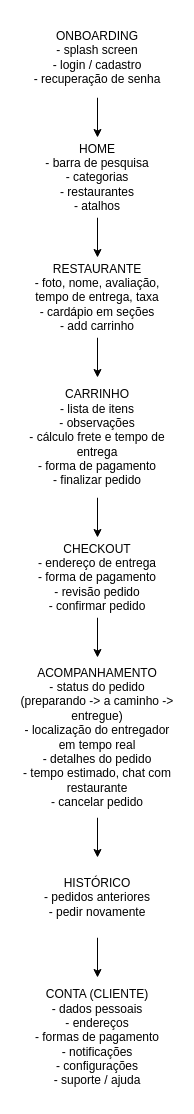
Above: IfoodFlowchart.drawio in Reimyel/Diagramas (draw.io), before the change. Source tidied: cells renumbered, new cells numbered last; positions are measured from the earlier drawing's top-left corner, leaving out a move shared by most shapes. Both pictures are drawn from the tidied source at 100%, with x=0, y=0 at pixel (17, 17).
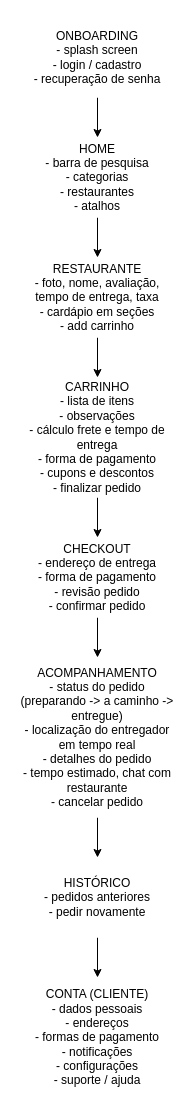
Above is the later version.

The edit, as a diff of the source:
```diff
@@
 <mxGraphModel>
   <root>
     <mxCell id="0" />
     <mxCell id="1" parent="0" />
     <mxCell id="2" style="edgeStyle=orthogonalEdgeStyle;rounded=0;jettySize=auto;html=1;entryX=0.5;entryY=0;entryDx=0;entryDy=0;" parent="1" edge="1" source="3" target="5">
       <mxGeometry relative="1" as="geometry" />
     </mxCell>
     <mxCell id="3" value="&lt;div&gt;ONBOARDING&lt;/div&gt;&lt;div&gt;- splash screen&lt;/div&gt;&lt;div&gt;- login / cadastro&lt;/div&gt;&lt;div&gt;- recuperação de senha&lt;/div&gt;" style="rounded=0;whiteSpace=wrap;html=1;fillColor=light-dark(#FFFFFF,#11A200);strokeColor=none;fontColor=light-dark(#000000,#FFFFFF);" parent="1" vertex="1">
       <mxGeometry width="160" height="80" as="geometry" />
     </mxCell>
     <mxCell id="4" style="edgeStyle=orthogonalEdgeStyle;rounded=0;jettySize=auto;html=1;entryX=0.5;entryY=0;entryDx=0;entryDy=0;" parent="1" edge="1" source="5" target="7">
       <mxGeometry relative="1" as="geometry" />
     </mxCell>
     <mxCell id="5" value="&lt;div&gt;HOME&lt;/div&gt;&lt;div&gt;- barra de pesquisa&lt;/div&gt;&lt;div&gt;- categorias&lt;/div&gt;&lt;div&gt;- restaurantes&lt;/div&gt;&lt;div&gt;- atalhos&lt;/div&gt;" style="rounded=0;whiteSpace=wrap;html=1;fillColor=light-dark(#FFFFFF,#1850AA);strokeColor=none;fontColor=light-dark(#000000,#E4E4E4);" parent="1" vertex="1">
       <mxGeometry y="120" width="160" height="80" as="geometry" />
     </mxCell>
     <mxCell id="6" style="edgeStyle=orthogonalEdgeStyle;rounded=0;jettySize=auto;html=1;entryX=0.5;entryY=0;entryDx=0;entryDy=0;" parent="1" edge="1" source="7" target="9">
       <mxGeometry relative="1" as="geometry" />
     </mxCell>
     <mxCell id="7" value="&lt;div&gt;RESTAURANTE&lt;/div&gt;&lt;div&gt;- foto, nome, avaliação, tempo de entrega, taxa&lt;/div&gt;&lt;div&gt;- cardápio em seções&lt;/div&gt;&lt;div&gt;- add carrinho&lt;/div&gt;" style="rounded=0;whiteSpace=wrap;html=1;fillColor=light-dark(#FFFFFF,#1850AA);strokeColor=none;fontColor=light-dark(#000000,#E4E4E4);" parent="1" vertex="1">
       <mxGeometry y="240" width="160" height="80" as="geometry" />
     </mxCell>
     <mxCell id="8" style="edgeStyle=orthogonalEdgeStyle;rounded=0;jettySize=auto;html=1;entryX=0.5;entryY=0;entryDx=0;entryDy=0;" parent="1" edge="1" source="9" target="11">
       <mxGeometry relative="1" as="geometry" />
     </mxCell>
-    <mxCell id="9" value="&lt;div&gt;CARRINHO&lt;/div&gt;&lt;div&gt;- lista de itens&lt;/div&gt;&lt;div&gt;- observações&lt;/div&gt;&lt;div&gt;- cálculo frete e tempo de entrega&lt;/div&gt;&lt;div&gt;- forma de pagamento&lt;/div&gt;&lt;div&gt;- finalizar pedido&lt;/div&gt;" style="rounded=0;whiteSpace=wrap;html=1;fillColor=light-dark(#FFFFFF,#1850AA);strokeColor=none;fontColor=light-dark(#000000,#E4E4E4);" parent="1" vertex="1">
+    <mxCell id="9" value="&lt;div&gt;CARRINHO&lt;/div&gt;&lt;div&gt;- lista de itens&lt;/div&gt;&lt;div&gt;- observações&lt;/div&gt;&lt;div&gt;- cálculo frete e tempo de entrega&lt;/div&gt;&lt;div&gt;- forma de pagamento&lt;/div&gt;&lt;div&gt;- cupons e descontos&lt;/div&gt;&lt;div&gt;- finalizar pedido&lt;/div&gt;" style="rounded=0;whiteSpace=wrap;html=1;fillColor=light-dark(#FFFFFF,#1850AA);strokeColor=none;fontColor=light-dark(#000000,#E4E4E4);" parent="1" vertex="1">
       <mxGeometry y="360" width="160" height="120" as="geometry" />
     </mxCell>
     <mxCell id="10" style="edgeStyle=orthogonalEdgeStyle;rounded=0;jettySize=auto;html=1;entryX=0.5;entryY=0;entryDx=0;entryDy=0;" parent="1" edge="1" source="11" target="13">
       <mxGeometry relative="1" as="geometry" />
     </mxCell>
     <mxCell id="11" value="&lt;div&gt;CHECKOUT&lt;/div&gt;&lt;div&gt;- endereço de entrega&lt;/div&gt;&lt;div&gt;- forma de pagamento&lt;/div&gt;&lt;div&gt;- revisão pedido&lt;/div&gt;&lt;div&gt;- confirmar pedido&lt;/div&gt;" style="rounded=0;whiteSpace=wrap;html=1;fillColor=light-dark(#FFFFFF,#1850AA);strokeColor=none;fontColor=light-dark(#000000,#E4E4E4);" parent="1" vertex="1">
       <mxGeometry y="520" width="160" height="80" as="geometry" />
     </mxCell>
     <mxCell id="12" style="edgeStyle=orthogonalEdgeStyle;rounded=0;jettySize=auto;html=1;entryX=0.5;entryY=0;entryDx=0;entryDy=0;" parent="1" edge="1" source="13" target="15">
       <mxGeometry relative="1" as="geometry" />
     </mxCell>
     <mxCell id="13" value="&lt;div&gt;ACOMPANHAMENTO&lt;/div&gt;&lt;div&gt;- status do pedido (preparando -&amp;gt; a caminho -&amp;gt; entregue)&lt;/div&gt;&lt;div&gt;- localização do entregador em tempo real&lt;/div&gt;&lt;div&gt;- detalhes do pedido&lt;/div&gt;&lt;div&gt;- tempo estimado, chat com restaurante&lt;/div&gt;&lt;div&gt;- cancelar pedido&lt;/div&gt;" style="rounded=0;whiteSpace=wrap;html=1;fillColor=light-dark(#FFFFFF,#1850AA);strokeColor=none;fontColor=light-dark(#000000,#E4E4E4);" parent="1" vertex="1">
       <mxGeometry y="640" width="160" height="160" as="geometry" />
     </mxCell>
     <mxCell id="14" style="edgeStyle=orthogonalEdgeStyle;rounded=0;jettySize=auto;html=1;entryX=0.5;entryY=0;entryDx=0;entryDy=0;" parent="1" edge="1" source="15" target="16">
       <mxGeometry relative="1" as="geometry" />
     </mxCell>
     <mxCell id="15" value="&lt;div&gt;HISTÓRICO&lt;/div&gt;&lt;div&gt;- pedidos anteriores&lt;/div&gt;&lt;div&gt;- pedir novamente&lt;/div&gt;" style="rounded=0;whiteSpace=wrap;html=1;fillColor=light-dark(#FFFFFF,#1850AA);strokeColor=none;fontColor=light-dark(#000000,#E4E4E4);" parent="1" vertex="1">
       <mxGeometry y="840" width="160" height="80" as="geometry" />
     </mxCell>
     <mxCell id="16" value="&lt;div&gt;CONTA (CLIENTE)&lt;/div&gt;&lt;div&gt;- dados pessoais&lt;/div&gt;&lt;div&gt;- endereços&lt;/div&gt;&lt;div&gt;- formas de pagamento&lt;/div&gt;&lt;div&gt;- notificações&lt;/div&gt;&lt;div&gt;- configurações&lt;/div&gt;&lt;div&gt;- suporte / ajuda&lt;/div&gt;" style="rounded=0;whiteSpace=wrap;html=1;fillColor=light-dark(#FFFFFF,#D00000);strokeColor=none;fontColor=light-dark(#000000,#E4E4E4);" parent="1" vertex="1">
       <mxGeometry y="960" width="160" height="120" as="geometry" />
     </mxCell>
   </root>
 </mxGraphModel>
```
